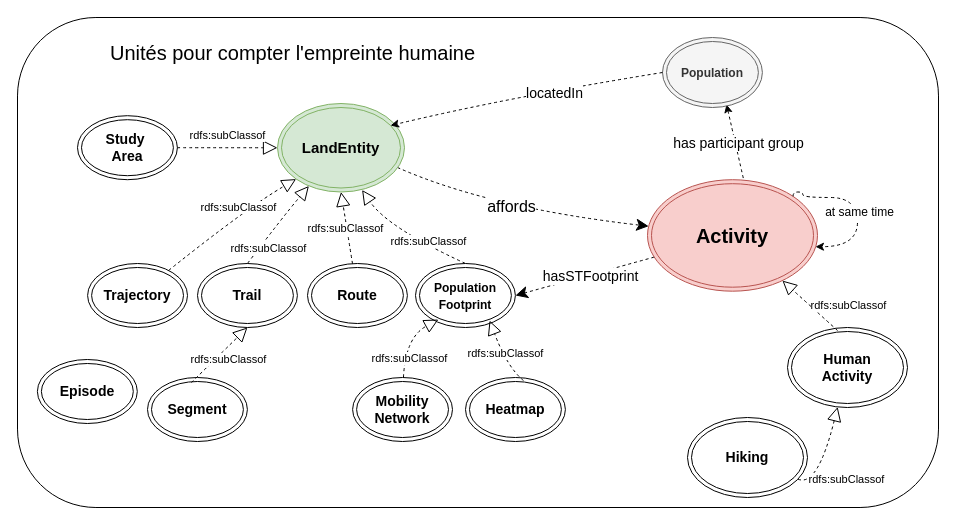
Earlier version of the draw.io diagram page "figure 6" (6 of 6) of docs/diagrams/model_KG_article_long.drawio (IntForOut/outdoorPressure). Source tidied: cells renumbered, new cells numbered last; positions are measured from the earlier drawing's top-left corner, leaving out a move shared by most shapes. Both pictures are drawn from the tidied source at 100%, with x=0, y=0 at pixel (17, 17).
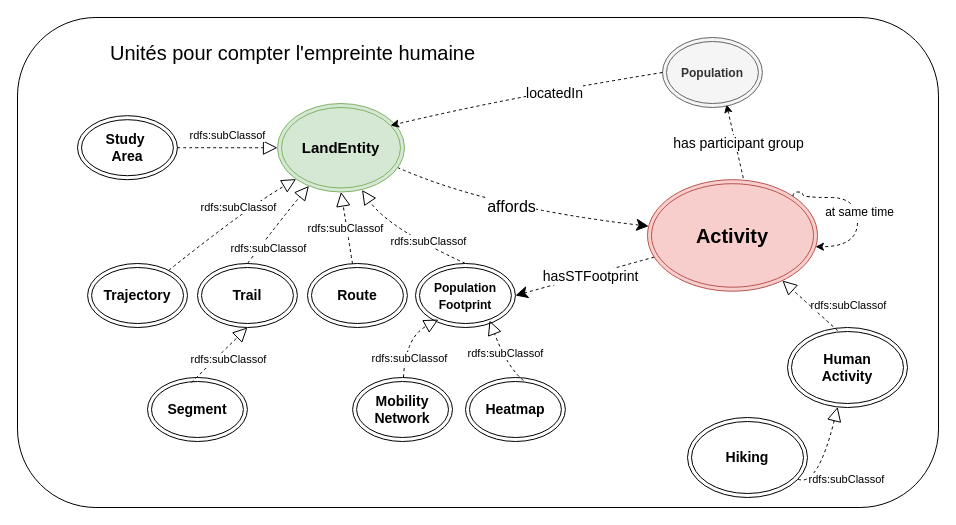
The same page after the edit.

Commit message:
Mettre à jour model_KG_article_long.drawio

What changed in the source:
```diff
@@
-    <mxCell id="48" value="&lt;b&gt;Episode&lt;/b&gt;" style="ellipse;shape=doubleEllipse;whiteSpace=wrap;html=1;fontSize=14;" parent="1" vertex="1">
-      <mxGeometry x="19.9" y="342" width="99.9" height="64" as="geometry" />
-    </mxCell>
```
